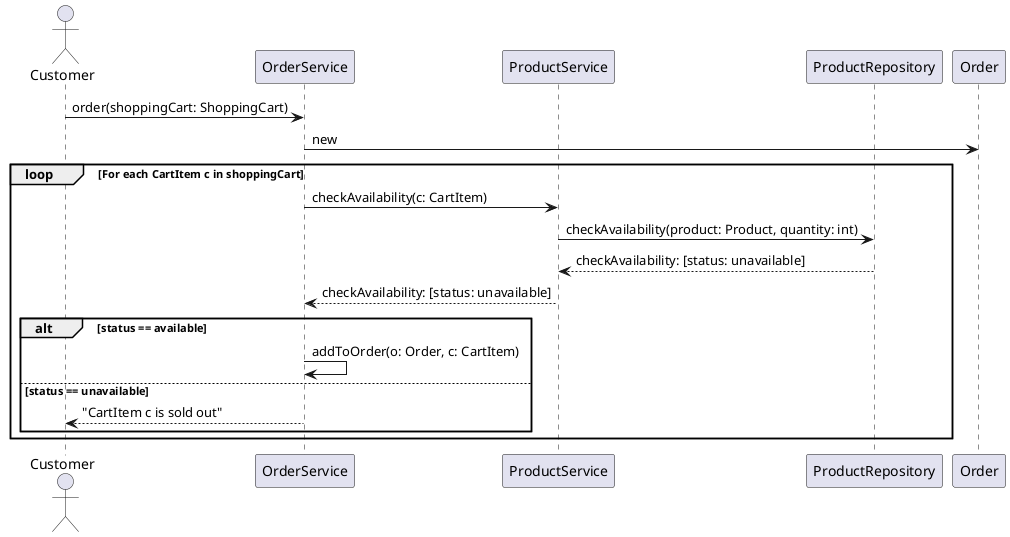
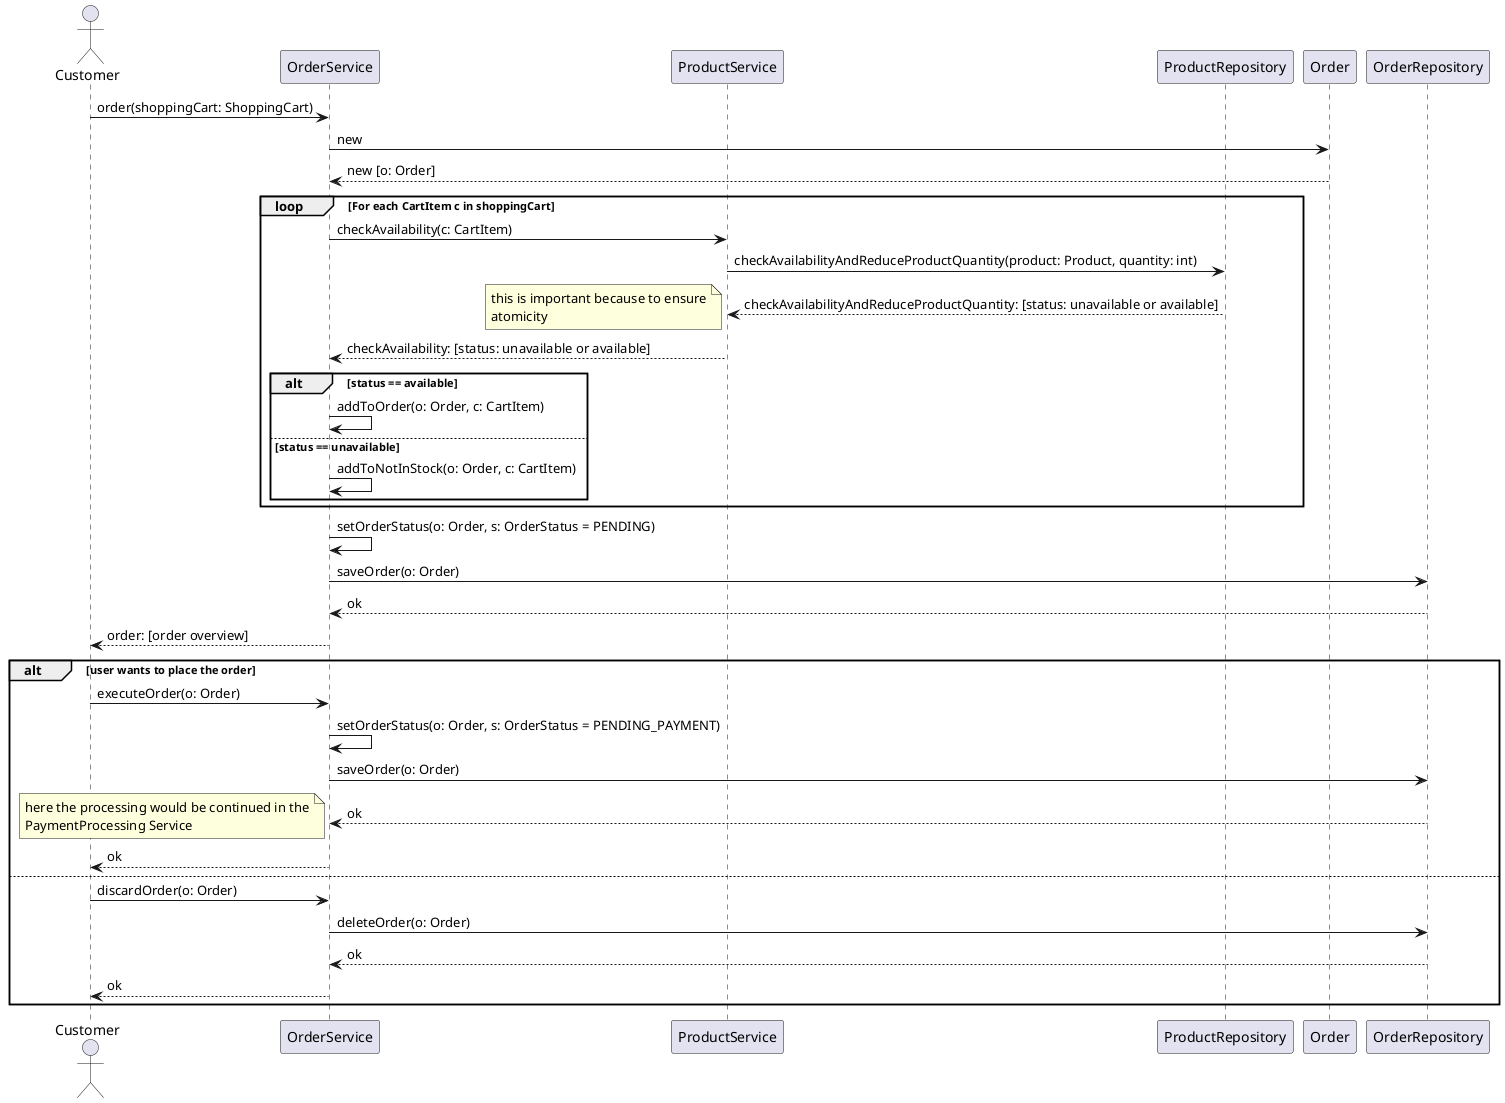
@startuml

actor Customer
participant OrderService
participant ProductService
participant ProductRepository
participant Order
+ participant OrderRepository

Customer -> OrderService: order(shoppingCart: ShoppingCart)
OrderService -> Order: new
+ Order --> OrderService: new [o: Order]
loop For each CartItem c in shoppingCart
    OrderService -> ProductService: checkAvailability(c: CartItem)
-     ProductService -> ProductRepository: checkAvailability(product: Product, quantity: int)
-     ProductRepository --> ProductService: checkAvailability: [status: unavailable]
-     ProductService --> OrderService: checkAvailability: [status: unavailable]
+     ProductService -> ProductRepository: checkAvailabilityAndReduceProductQuantity(product: Product, quantity: int)
+     ProductRepository --> ProductService: checkAvailabilityAndReduceProductQuantity: [status: unavailable or available]
+     note left
+         this is important because to ensure
+         atomicity
+     end note
+     ProductService --> OrderService: checkAvailability: [status: unavailable or available]
    alt status == available
        OrderService -> OrderService: addToOrder(o: Order, c: CartItem)
    else status == unavailable
-         OrderService --> Customer: "CartItem c is sold out"
+         OrderService -> OrderService: addToNotInStock(o: Order, c: CartItem)
    end
end

+ OrderService -> OrderService: setOrderStatus(o: Order, s: OrderStatus = PENDING)
+ 
+ OrderService -> OrderRepository: saveOrder(o: Order)
+ OrderRepository --> OrderService: ok
+ 
+ OrderService --> Customer: order: [order overview]
+ 
+ alt user wants to place the order
+     Customer -> OrderService: executeOrder(o: Order)
+     OrderService -> OrderService: setOrderStatus(o: Order, s: OrderStatus = PENDING_PAYMENT)
+     OrderService -> OrderRepository: saveOrder(o: Order)
+     OrderRepository --> OrderService: ok
+ 
+     note left
+         here the processing would be continued in the
+         PaymentProcessing Service
+     end note
+ 
+     OrderService --> Customer: ok
+ else
+     Customer -> OrderService: discardOrder(o: Order)
+     OrderService -> OrderRepository: deleteOrder(o: Order)
+     OrderRepository --> OrderService: ok
+ 
+     OrderService --> Customer: ok
+ end
+ 
@enduml
